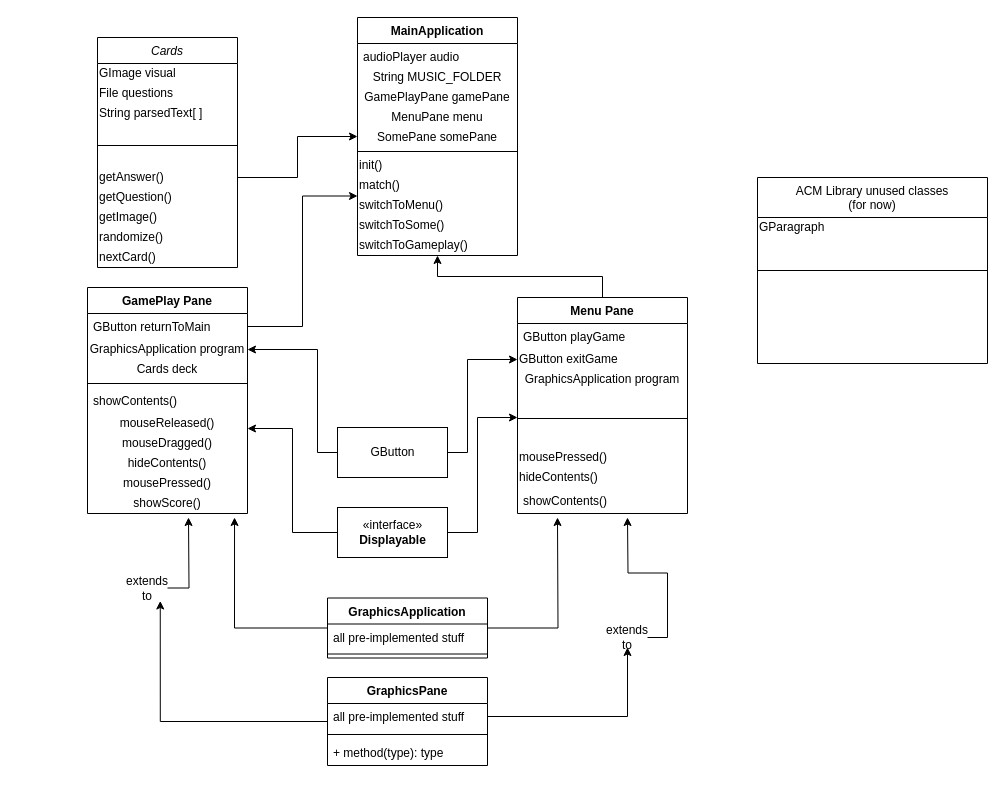
Earlier version of the draw.io diagram Untitled Diagram.drawio (Prot0ast/Repository-Name). Source tidied: cells renumbered, new cells numbered last; positions are measured from the earlier drawing's top-left corner, leaving out a move shared by most shapes. Both pictures are drawn from the tidied source at 100%, with x=0, y=0 at pixel (87, 17).
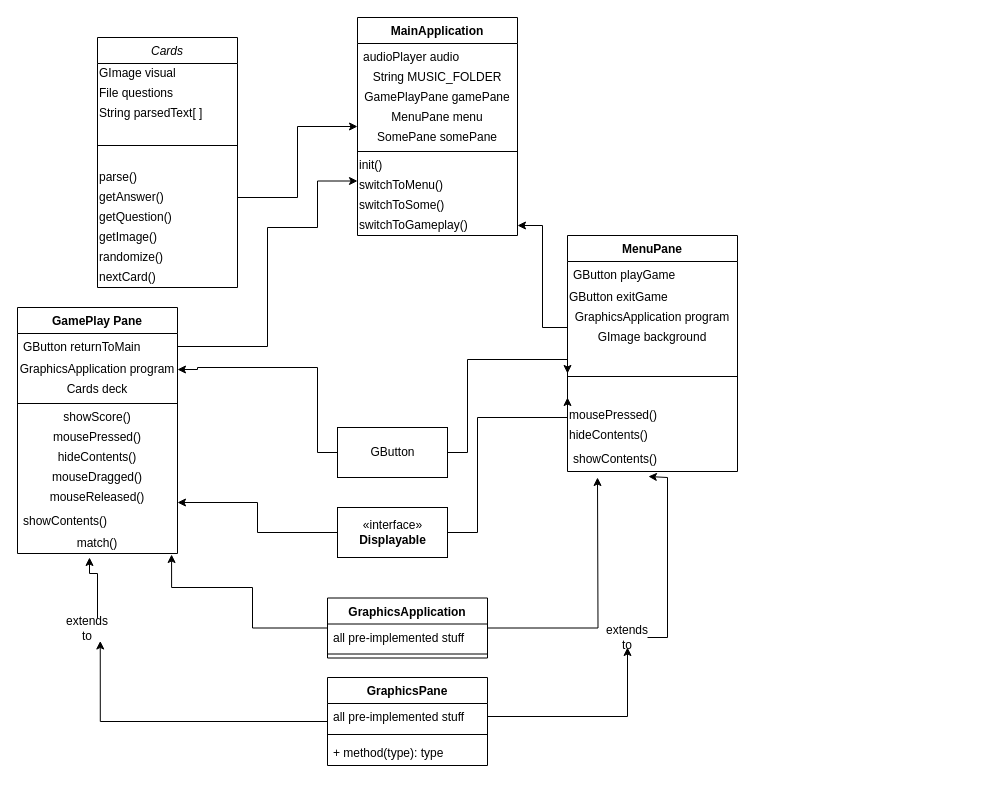
The same page after the edit.

Unchanged cells that the change refers to:
```xml
<mxCell id="18" value="&lt;div align=&quot;left&quot;&gt;GButton exitGame&lt;br&gt;&lt;/div&gt;" style="text;html=1;strokeColor=none;fillColor=none;align=left;verticalAlign=middle;whiteSpace=wrap;rounded=0;" parent="16" vertex="1">
  <mxGeometry y="52" width="170" height="20" as="geometry" />
</mxCell>
<mxCell id="25" value="GButton returnToMain" style="text;strokeColor=none;fillColor=none;align=left;verticalAlign=top;spacingLeft=4;spacingRight=4;overflow=hidden;points=[[0,0.5],[1,0.5]];portConstraint=eastwest;" parent="24" vertex="1">
  <mxGeometry y="26" width="160" height="26" as="geometry" />
</mxCell>
<mxCell id="26" value="GraphicsApplication program" style="text;html=1;strokeColor=none;fillColor=none;align=center;verticalAlign=middle;whiteSpace=wrap;rounded=0;" parent="24" vertex="1">
  <mxGeometry y="52" width="160" height="20" as="geometry" />
</mxCell>
<mxCell id="51" value="GraphicsApplication" style="swimlane;fontStyle=1;align=center;verticalAlign=top;horizontal=1;startSize=26;" parent="1" vertex="1">
  <mxGeometry x="240" y="580.5" width="160" height="60" as="geometry" />
</mxCell>
<mxCell id="64" value="«interface»&lt;br&gt;&lt;b&gt;Displayable&lt;/b&gt;" style="html=1;" parent="1" vertex="1">
  <mxGeometry x="250" y="490" width="110" height="50" as="geometry" />
</mxCell>
<mxCell id="67" value="GButton" style="html=1;" parent="1" vertex="1">
  <mxGeometry x="250" y="410" width="110" height="50" as="geometry" />
</mxCell>
<mxCell id="68" value="extends to" style="text;html=1;strokeColor=none;fillColor=none;align=center;verticalAlign=middle;whiteSpace=wrap;rounded=0;" parent="1" vertex="1">
  <mxGeometry x="520" y="610" width="40" height="20" as="geometry" />
</mxCell>
```

Diff of the diagram source:
```diff
@@
     <mxCell id="2" value="Cards" style="swimlane;fontStyle=2;align=center;verticalAlign=top;horizontal=1;startSize=26;rounded=0;shadow=0;strokeWidth=1;" parent="1" vertex="1">
-      <mxGeometry x="10" y="20" width="140" height="230" as="geometry" />
+      <mxGeometry x="10" y="20" width="140" height="250" as="geometry" />
     </mxCell>
@@
+    <mxCell id="70" value="&lt;div align=&quot;left&quot;&gt;parse()&lt;/div&gt;" style="text;html=1;strokeColor=none;fillColor=none;align=left;verticalAlign=middle;whiteSpace=wrap;rounded=0;" parent="2" vertex="1">
+      <mxGeometry y="130" width="140" height="20" as="geometry" />
+    </mxCell>
     <mxCell id="7" value="&lt;div align=&quot;left&quot;&gt;getAnswer()&lt;/div&gt;" style="text;html=1;strokeColor=none;fillColor=none;align=left;verticalAlign=middle;whiteSpace=wrap;rounded=0;" parent="2" vertex="1">
-      <mxGeometry y="130" width="140" height="20" as="geometry" />
+      <mxGeometry y="150" width="140" height="20" as="geometry" />
     </mxCell>
     <mxCell id="8" value="&lt;div align=&quot;left&quot;&gt;getQuestion()&lt;/div&gt;" style="text;html=1;strokeColor=none;fillColor=none;align=left;verticalAlign=middle;whiteSpace=wrap;rounded=0;" parent="2" vertex="1">
-      <mxGeometry y="150" width="140" height="20" as="geometry" />
+      <mxGeometry y="170" width="140" height="20" as="geometry" />
     </mxCell>
     <mxCell id="9" value="&lt;div align=&quot;left&quot;&gt;getImage()&lt;/div&gt;" style="text;html=1;strokeColor=none;fillColor=none;align=left;verticalAlign=middle;whiteSpace=wrap;rounded=0;" parent="2" vertex="1">
-      <mxGeometry y="170" width="140" height="20" as="geometry" />
+      <mxGeometry y="190" width="140" height="20" as="geometry" />
     </mxCell>
     <mxCell id="10" value="&lt;div align=&quot;left&quot;&gt;randomize()&lt;/div&gt;" style="text;html=1;strokeColor=none;fillColor=none;align=left;verticalAlign=middle;whiteSpace=wrap;rounded=0;" parent="2" vertex="1">
-      <mxGeometry y="190" width="140" height="20" as="geometry" />
+      <mxGeometry y="210" width="140" height="20" as="geometry" />
     </mxCell>
     <mxCell id="11" value="&lt;div align=&quot;left&quot;&gt;nextCard()&lt;/div&gt;" style="text;html=1;strokeColor=none;fillColor=none;align=left;verticalAlign=middle;whiteSpace=wrap;rounded=0;" parent="2" vertex="1">
-      <mxGeometry y="210" width="140" height="20" as="geometry" />
+      <mxGeometry y="230" width="140" height="20" as="geometry" />
     </mxCell>
-    <mxCell id="12" value="ACM Library unused classes&#10;(for now)&#10;" style="swimlane;fontStyle=0;align=center;verticalAlign=top;horizontal=1;startSize=40;rounded=0;shadow=0;strokeWidth=1;" parent="1" vertex="1">
-      <mxGeometry x="670" y="160" width="230" height="186" as="geometry" />
-    </mxCell>
-    <mxCell id="13" value="&lt;div align=&quot;left&quot;&gt;GParagraph&lt;/div&gt;" style="text;html=1;strokeColor=none;fillColor=none;align=left;verticalAlign=middle;whiteSpace=wrap;rounded=0;" parent="12" vertex="1">
-      <mxGeometry y="40" width="230" height="20" as="geometry" />
-    </mxCell>
-    <mxCell id="14" style="line;html=1;strokeWidth=1;align=left;verticalAlign=middle;spacingTop=-1;spacingLeft=3;spacingRight=3;labelPosition=right;" parent="12" vertex="1">
-      <mxGeometry y="60" width="230" height="66" as="geometry" />
-    </mxCell>
     <mxCell id="15" style="edgeStyle=orthogonalEdgeStyle;rounded=0;jettySize=auto;html=1;" parent="1" edge="1" source="16" target="46">
-      <mxGeometry relative="1" as="geometry" />
+      <mxGeometry relative="1" as="geometry">
+        <Array as="points">
+          <mxPoint x="455" y="310" />
+          <mxPoint x="455" y="208" />
+        </Array>
+      </mxGeometry>
     </mxCell>
-    <mxCell id="16" value="Menu Pane" style="swimlane;fontStyle=1;align=center;verticalAlign=top;horizontal=1;startSize=26;" parent="1" vertex="1">
-      <mxGeometry x="430" y="280" width="170" height="216" as="geometry" />
+    <mxCell id="16" value="MenuPane" style="swimlane;fontStyle=1;align=center;verticalAlign=top;horizontal=1;startSize=26;" parent="1" vertex="1">
+      <mxGeometry x="480" y="218" width="170" height="236" as="geometry" />
     </mxCell>
@@
+    <mxCell id="71" value="GImage background" style="text;html=1;strokeColor=none;fillColor=none;align=center;verticalAlign=middle;whiteSpace=wrap;rounded=0;" parent="16" vertex="1">
+      <mxGeometry y="92" width="170" height="20" as="geometry" />
+    </mxCell>
     <mxCell id="20" style="line;strokeWidth=1;fillColor=none;align=left;verticalAlign=middle;spacingTop=-1;spacingLeft=3;spacingRight=3;labelPosition=right;points=[];portConstraint=eastwest;" parent="16" vertex="1">
-      <mxGeometry y="92" width="170" height="58" as="geometry" />
+      <mxGeometry y="112" width="170" height="58" as="geometry" />
     </mxCell>
     <mxCell id="21" value="&lt;div align=&quot;left&quot;&gt;mousePressed()&lt;/div&gt;" style="text;html=1;strokeColor=none;fillColor=none;align=left;verticalAlign=middle;whiteSpace=wrap;rounded=0;" parent="16" vertex="1">
-      <mxGeometry y="150" width="170" height="20" as="geometry" />
+      <mxGeometry y="170" width="170" height="20" as="geometry" />
     </mxCell>
     <mxCell id="22" value="&lt;div align=&quot;left&quot;&gt;hideContents()&lt;/div&gt;" style="text;html=1;strokeColor=none;fillColor=none;align=left;verticalAlign=middle;whiteSpace=wrap;rounded=0;" parent="16" vertex="1">
-      <mxGeometry y="170" width="170" height="20" as="geometry" />
+      <mxGeometry y="190" width="170" height="20" as="geometry" />
     </mxCell>
     <mxCell id="23" value="showContents()" style="text;strokeColor=none;fillColor=none;align=left;verticalAlign=top;spacingLeft=4;spacingRight=4;overflow=hidden;points=[[0,0.5],[1,0.5]];portConstraint=eastwest;" parent="16" vertex="1">
-      <mxGeometry y="190" width="170" height="26" as="geometry" />
+      <mxGeometry y="210" width="170" height="26" as="geometry" />
     </mxCell>
     <mxCell id="24" value="GamePlay Pane" style="swimlane;fontStyle=1;align=center;verticalAlign=top;horizontal=1;startSize=26;" parent="1" vertex="1">
-      <mxGeometry y="270" width="160" height="226" as="geometry" />
+      <mxGeometry x="-70" y="290" width="160" height="246" as="geometry" />
     </mxCell>
@@
+    <mxCell id="34" value="showScore()" style="text;html=1;strokeColor=none;fillColor=none;align=center;verticalAlign=middle;whiteSpace=wrap;rounded=0;" parent="24" vertex="1">
+      <mxGeometry y="100" width="160" height="20" as="geometry" />
+    </mxCell>
+    <mxCell id="33" value="mousePressed()" style="text;html=1;strokeColor=none;fillColor=none;align=center;verticalAlign=middle;whiteSpace=wrap;rounded=0;" parent="24" vertex="1">
+      <mxGeometry y="120" width="160" height="20" as="geometry" />
+    </mxCell>
+    <mxCell id="32" value="hideContents()" style="text;html=1;strokeColor=none;fillColor=none;align=center;verticalAlign=middle;whiteSpace=wrap;rounded=0;" parent="24" vertex="1">
+      <mxGeometry y="140" width="160" height="20" as="geometry" />
+    </mxCell>
+    <mxCell id="31" value="mouseDragged()" style="text;html=1;strokeColor=none;fillColor=none;align=center;verticalAlign=middle;whiteSpace=wrap;rounded=0;" parent="24" vertex="1">
+      <mxGeometry y="160" width="160" height="20" as="geometry" />
+    </mxCell>
+    <mxCell id="30" value="mouseReleased()" style="text;html=1;strokeColor=none;fillColor=none;align=center;verticalAlign=middle;whiteSpace=wrap;rounded=0;" parent="24" vertex="1">
+      <mxGeometry y="180" width="160" height="20" as="geometry" />
+    </mxCell>
     <mxCell id="29" value="showContents()" style="text;strokeColor=none;fillColor=none;align=left;verticalAlign=top;spacingLeft=4;spacingRight=4;overflow=hidden;" parent="24" vertex="1">
-      <mxGeometry y="100" width="160" height="26" as="geometry" />
+      <mxGeometry y="200" width="160" height="26" as="geometry" />
     </mxCell>
-    <mxCell id="30" value="mouseReleased()" style="text;html=1;strokeColor=none;fillColor=none;align=center;verticalAlign=middle;whiteSpace=wrap;rounded=0;" parent="24" vertex="1">
-      <mxGeometry y="126" width="160" height="20" as="geometry" />
-    </mxCell>
-    <mxCell id="31" value="mouseDragged()" style="text;html=1;strokeColor=none;fillColor=none;align=center;verticalAlign=middle;whiteSpace=wrap;rounded=0;" parent="24" vertex="1">
-      <mxGeometry y="146" width="160" height="20" as="geometry" />
-    </mxCell>
-    <mxCell id="32" value="hideContents()" style="text;html=1;strokeColor=none;fillColor=none;align=center;verticalAlign=middle;whiteSpace=wrap;rounded=0;" parent="24" vertex="1">
-      <mxGeometry y="166" width="160" height="20" as="geometry" />
-    </mxCell>
-    <mxCell id="33" value="mousePressed()" style="text;html=1;strokeColor=none;fillColor=none;align=center;verticalAlign=middle;whiteSpace=wrap;rounded=0;" parent="24" vertex="1">
-      <mxGeometry y="186" width="160" height="20" as="geometry" />
-    </mxCell>
-    <mxCell id="34" value="showScore()" style="text;html=1;strokeColor=none;fillColor=none;align=center;verticalAlign=middle;whiteSpace=wrap;rounded=0;" parent="24" vertex="1">
-      <mxGeometry y="206" width="160" height="20" as="geometry" />
-    </mxCell>
+    <mxCell id="43" value="match()" style="text;html=1;strokeColor=none;fillColor=none;align=center;verticalAlign=middle;whiteSpace=wrap;rounded=0;" parent="24" vertex="1">
+      <mxGeometry y="226" width="160" height="20" as="geometry" />
+    </mxCell>
     <mxCell id="35" value="MainApplication" style="swimlane;fontStyle=1;align=center;verticalAlign=top;horizontal=1;startSize=26;" parent="1" vertex="1">
-      <mxGeometry x="270" width="160" height="238" as="geometry" />
+      <mxGeometry x="270" width="160" height="218" as="geometry" />
     </mxCell>
@@
-    <mxCell id="43" value="match()" style="text;html=1;strokeColor=none;fillColor=none;align=left;verticalAlign=middle;whiteSpace=wrap;rounded=0;" parent="35" vertex="1">
-      <mxGeometry y="158" width="160" height="20" as="geometry" />
-    </mxCell>
     <mxCell id="44" value="switchToMenu()" style="text;html=1;strokeColor=none;fillColor=none;align=left;verticalAlign=middle;whiteSpace=wrap;rounded=0;" parent="35" vertex="1">
-      <mxGeometry y="178" width="160" height="20" as="geometry" />
+      <mxGeometry y="158" width="160" height="20" as="geometry" />
     </mxCell>
     <mxCell id="45" value="switchToSome()" style="text;html=1;strokeColor=none;fillColor=none;align=left;verticalAlign=middle;whiteSpace=wrap;rounded=0;" parent="35" vertex="1">
-      <mxGeometry y="198" width="160" height="20" as="geometry" />
+      <mxGeometry y="178" width="160" height="20" as="geometry" />
     </mxCell>
     <mxCell id="46" value="switchToGameplay()" style="text;html=1;strokeColor=none;fillColor=none;align=left;verticalAlign=middle;whiteSpace=wrap;rounded=0;" parent="35" vertex="1">
-      <mxGeometry y="218" width="160" height="20" as="geometry" />
+      <mxGeometry y="198" width="160" height="20" as="geometry" />
     </mxCell>
     <mxCell id="47" style="edgeStyle=orthogonalEdgeStyle;rounded=0;jettySize=auto;html=1;entryX=0;entryY=0.75;entryDx=0;entryDy=0;" parent="1" edge="1" source="25" target="35">
-      <mxGeometry relative="1" as="geometry" />
+      <mxGeometry relative="1" as="geometry">
+        <Array as="points">
+          <mxPoint x="180" y="329" />
+          <mxPoint x="180" y="210" />
+          <mxPoint x="230" y="210" />
+          <mxPoint x="230" y="164" />
+        </Array>
+      </mxGeometry>
     </mxCell>
@@
-    <mxCell id="49" style="edgeStyle=orthogonalEdgeStyle;rounded=0;jettySize=auto;html=1;entryX=0.919;entryY=1.2;entryDx=0;entryDy=0;entryPerimeter=0;" parent="1" edge="1" source="51" target="34">
-      <mxGeometry relative="1" as="geometry" />
+    <mxCell id="49" style="edgeStyle=orthogonalEdgeStyle;rounded=0;jettySize=auto;html=1;entryX=0.963;entryY=1.05;entryDx=0;entryDy=0;entryPerimeter=0;" parent="1" edge="1" source="51" target="43">
+      <mxGeometry relative="1" as="geometry">
+        <Array as="points">
+          <mxPoint x="165" y="611" />
+          <mxPoint x="165" y="570" />
+          <mxPoint x="84" y="570" />
+        </Array>
+      </mxGeometry>
     </mxCell>
     <mxCell id="50" style="edgeStyle=orthogonalEdgeStyle;rounded=0;jettySize=auto;html=1;" parent="1" edge="1" source="51">
       <mxGeometry relative="1" as="geometry">
-        <mxPoint x="470" y="500" as="targetPoint" />
+        <mxPoint x="510" y="460" as="targetPoint" />
       </mxGeometry>
     </mxCell>
@@
-    <mxCell id="54" style="edgeStyle=orthogonalEdgeStyle;rounded=0;jettySize=auto;html=1;" parent="1" edge="1" source="60">
+    <mxCell id="54" style="edgeStyle=orthogonalEdgeStyle;rounded=0;jettySize=auto;html=1;entryX=0.45;entryY=1.2;entryDx=0;entryDy=0;entryPerimeter=0;" parent="1" edge="1" source="60" target="43">
       <mxGeometry relative="1" as="geometry">
-        <mxPoint x="101" y="500" as="targetPoint" />
+        <Array as="points">
+          <mxPoint x="10" y="556" />
+          <mxPoint x="2" y="556" />
+        </Array>
       </mxGeometry>
     </mxCell>
@@
-    <mxCell id="59" style="edgeStyle=orthogonalEdgeStyle;rounded=0;jettySize=auto;html=1;exitX=1;exitY=0.5;exitDx=0;exitDy=0;" parent="1" edge="1" source="68">
+    <mxCell id="59" style="edgeStyle=orthogonalEdgeStyle;rounded=0;jettySize=auto;html=1;exitX=1;exitY=0.5;exitDx=0;exitDy=0;entryX=0.476;entryY=1.192;entryDx=0;entryDy=0;entryPerimeter=0;" parent="1" edge="1" source="68" target="23">
       <mxGeometry relative="1" as="geometry">
-        <mxPoint x="540" y="500" as="targetPoint" />
+        <Array as="points">
+          <mxPoint x="580" y="620" />
+          <mxPoint x="580" y="460" />
+        </Array>
       </mxGeometry>
     </mxCell>
     <mxCell id="60" value="extends to" style="text;html=1;strokeColor=none;fillColor=none;align=center;verticalAlign=middle;whiteSpace=wrap;rounded=0;" parent="1" vertex="1">
-      <mxGeometry x="40" y="560.5" width="40" height="20" as="geometry" />
+      <mxGeometry x="-20" y="600.5" width="40" height="20" as="geometry" />
     </mxCell>
@@
     <mxCell id="63" style="edgeStyle=orthogonalEdgeStyle;rounded=0;jettySize=auto;html=1;exitX=1;exitY=0.5;exitDx=0;exitDy=0;" parent="1" edge="1" source="64">
       <mxGeometry relative="1" as="geometry">
-        <mxPoint x="430" y="400" as="targetPoint" />
+        <mxPoint x="480" y="380" as="targetPoint" />
         <Array as="points">
           <mxPoint x="390" y="515" />
           <mxPoint x="390" y="400" />
         </Array>
       </mxGeometry>
     </mxCell>
@@
     <mxCell id="65" style="edgeStyle=orthogonalEdgeStyle;rounded=0;jettySize=auto;html=1;entryX=1;entryY=0.5;entryDx=0;entryDy=0;" parent="1" edge="1" source="67" target="26">
       <mxGeometry relative="1" as="geometry">
         <Array as="points">
           <mxPoint x="230" y="435" />
-          <mxPoint x="230" y="332" />
+          <mxPoint x="230" y="350" />
+          <mxPoint x="110" y="350" />
+          <mxPoint x="110" y="352" />
         </Array>
       </mxGeometry>
     </mxCell>
-    <mxCell id="66" style="edgeStyle=orthogonalEdgeStyle;rounded=0;jettySize=auto;html=1;" parent="1" edge="1" source="67" target="18">
+    <mxCell id="66" style="edgeStyle=orthogonalEdgeStyle;rounded=0;jettySize=auto;html=1;entryX=0;entryY=0.448;entryDx=0;entryDy=0;entryPerimeter=0;" parent="1" edge="1" source="67" target="20">
       <mxGeometry relative="1" as="geometry">
         <Array as="points">
           <mxPoint x="380" y="435" />
           <mxPoint x="380" y="342" />
+          <mxPoint x="480" y="342" />
         </Array>
       </mxGeometry>
     </mxCell>
```
